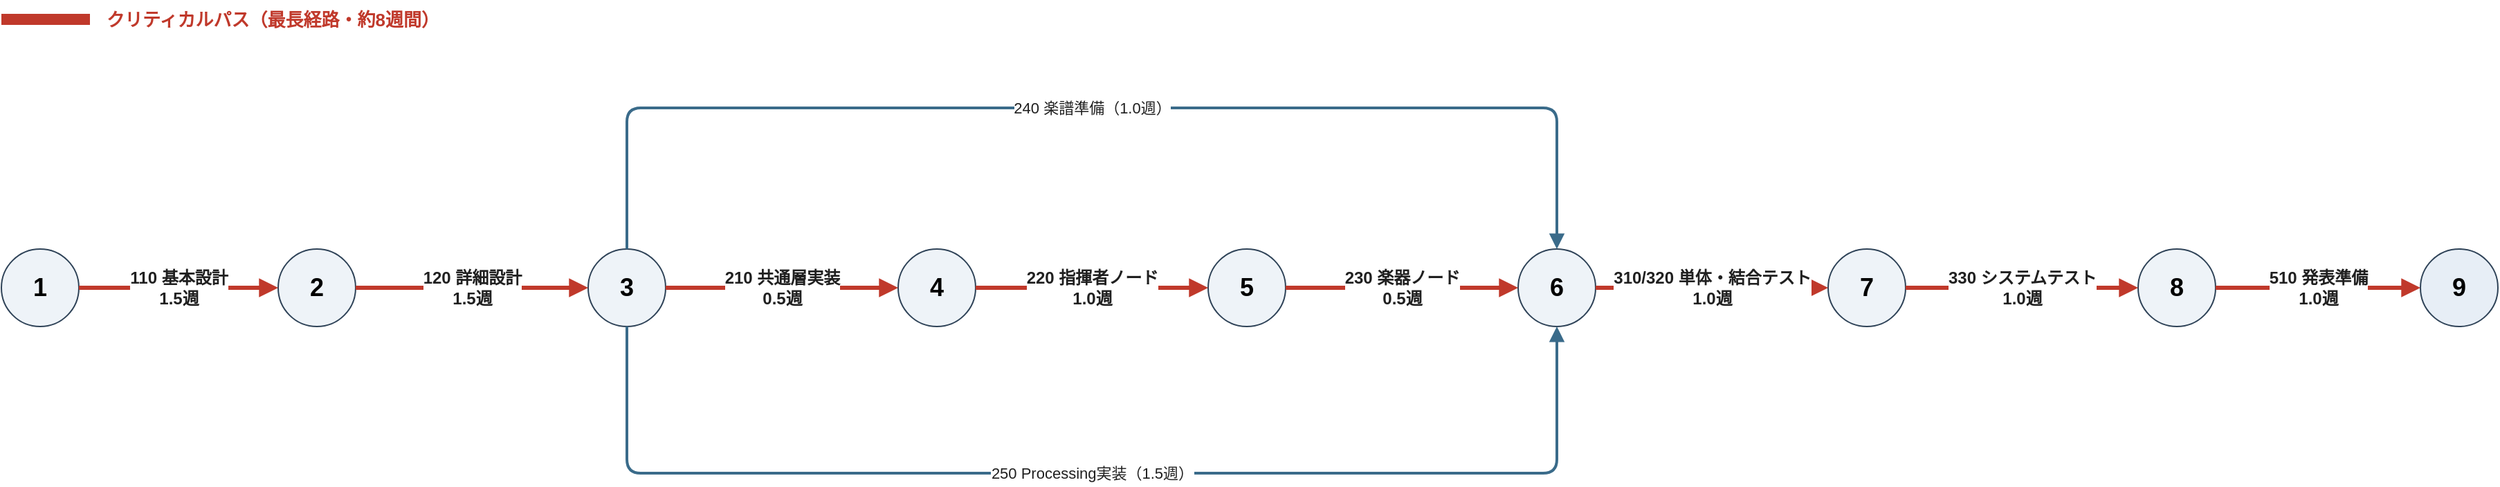
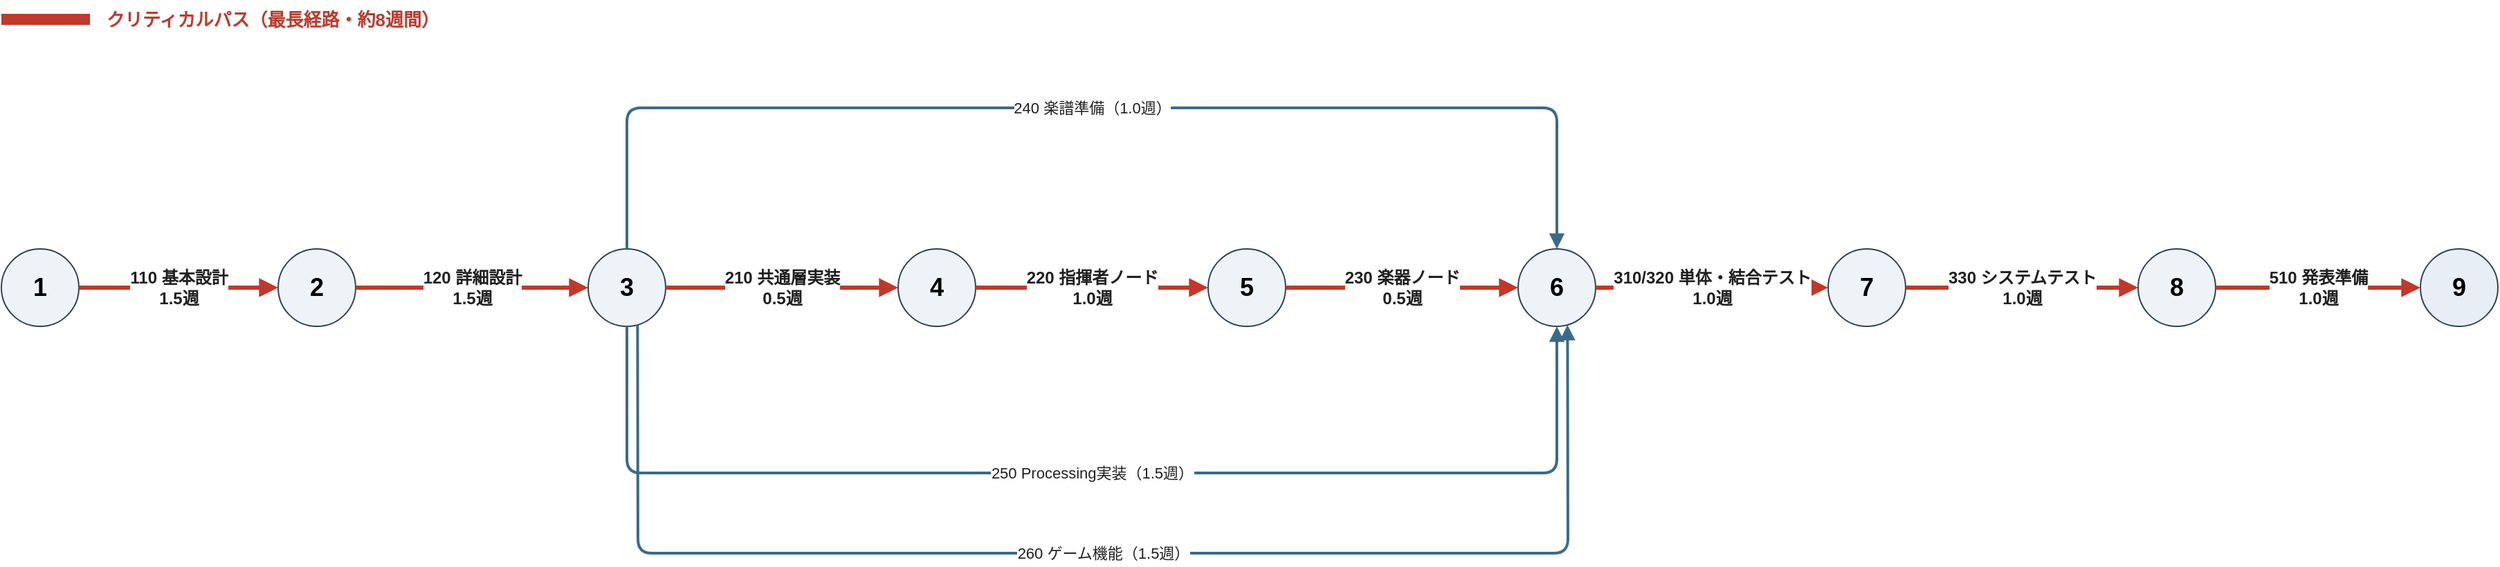
<mxfile host="Claude">
  <diagram id="arrow" name="ArrowDiagram">
-     <mxGraphModel dx="1860" dy="430" grid="0" gridSize="10" guides="1" tooltips="1" connect="1" arrows="1" fold="1" page="1" pageScale="1" pageWidth="1860" pageHeight="430" math="0" shadow="0">
+     <mxGraphModel dx="1860" dy="470" grid="0" gridSize="10" guides="1" tooltips="1" connect="1" arrows="1" fold="1" page="1" pageScale="1" pageWidth="1860" pageHeight="470" math="0" shadow="0">
      <root>
        <mxCell id="0"/>
        <mxCell id="1" parent="0"/>
        <mxCell id="lgbox" value="" style="rounded=0;whiteSpace=wrap;html=1;fillColor=#C0392B;strokeColor=none;" vertex="1" parent="1"><mxGeometry x="24" y="40" width="64" height="8" as="geometry"/></mxCell>
        <mxCell id="lgtxt" value="クリティカルパス（最長経路・約8週間）" style="text;html=1;align=left;verticalAlign=middle;fontSize=13;fontStyle=1;fontColor=#C0392B;" vertex="1" parent="1"><mxGeometry x="98" y="30" width="320" height="28" as="geometry"/></mxCell>
        <mxCell id="E1" value="1" style="ellipse;whiteSpace=wrap;html=1;fillColor=#EEF3F8;strokeColor=#2F4358;fontSize=18;fontStyle=1;" vertex="1" parent="1"><mxGeometry x="24" y="210" width="56" height="56" as="geometry"/></mxCell>
        <mxCell id="E2" value="2" style="ellipse;whiteSpace=wrap;html=1;fillColor=#EEF3F8;strokeColor=#2F4358;fontSize=18;fontStyle=1;" vertex="1" parent="1"><mxGeometry x="224" y="210" width="56" height="56" as="geometry"/></mxCell>
        <mxCell id="E3" value="3" style="ellipse;whiteSpace=wrap;html=1;fillColor=#EEF3F8;strokeColor=#2F4358;fontSize=18;fontStyle=1;" vertex="1" parent="1"><mxGeometry x="448" y="210" width="56" height="56" as="geometry"/></mxCell>
        <mxCell id="E4" value="4" style="ellipse;whiteSpace=wrap;html=1;fillColor=#EEF3F8;strokeColor=#2F4358;fontSize=18;fontStyle=1;" vertex="1" parent="1"><mxGeometry x="672" y="210" width="56" height="56" as="geometry"/></mxCell>
        <mxCell id="E5" value="5" style="ellipse;whiteSpace=wrap;html=1;fillColor=#EEF3F8;strokeColor=#2F4358;fontSize=18;fontStyle=1;" vertex="1" parent="1"><mxGeometry x="896" y="210" width="56" height="56" as="geometry"/></mxCell>
        <mxCell id="E6" value="6" style="ellipse;whiteSpace=wrap;html=1;fillColor=#EEF3F8;strokeColor=#2F4358;fontSize=18;fontStyle=1;" vertex="1" parent="1"><mxGeometry x="1120" y="210" width="56" height="56" as="geometry"/></mxCell>
        <mxCell id="E7" value="7" style="ellipse;whiteSpace=wrap;html=1;fillColor=#EEF3F8;strokeColor=#2F4358;fontSize=18;fontStyle=1;" vertex="1" parent="1"><mxGeometry x="1344" y="210" width="56" height="56" as="geometry"/></mxCell>
        <mxCell id="E8" value="8" style="ellipse;whiteSpace=wrap;html=1;fillColor=#EEF3F8;strokeColor=#2F4358;fontSize=18;fontStyle=1;" vertex="1" parent="1"><mxGeometry x="1568" y="210" width="56" height="56" as="geometry"/></mxCell>
        <mxCell id="E9" value="9" style="ellipse;whiteSpace=wrap;html=1;fillColor=#E7EEF6;strokeColor=#2F4358;fontSize=18;fontStyle=1;" vertex="1" parent="1"><mxGeometry x="1772" y="210" width="56" height="56" as="geometry"/></mxCell>
        <mxCell id="ce1" value="110 基本設計&#10;1.5週" style="html=1;rounded=0;endArrow=block;startArrow=none;strokeColor=#C0392B;strokeWidth=3;fontSize=12;fontStyle=1;fontColor=#202020;exitX=1;exitY=0.5;entryX=0;entryY=0.5;labelBackgroundColor=#FFFFFF;" edge="1" parent="1" source="E1" target="E2"><mxGeometry relative="1" as="geometry"/></mxCell>
        <mxCell id="ce2" value="120 詳細設計&#10;1.5週" style="html=1;rounded=0;endArrow=block;startArrow=none;strokeColor=#C0392B;strokeWidth=3;fontSize=12;fontStyle=1;fontColor=#202020;exitX=1;exitY=0.5;entryX=0;entryY=0.5;labelBackgroundColor=#FFFFFF;" edge="1" parent="1" source="E2" target="E3"><mxGeometry relative="1" as="geometry"/></mxCell>
        <mxCell id="ce3" value="210 共通層実装&#10;0.5週" style="html=1;rounded=0;endArrow=block;startArrow=none;strokeColor=#C0392B;strokeWidth=3;fontSize=12;fontStyle=1;fontColor=#202020;exitX=1;exitY=0.5;entryX=0;entryY=0.5;labelBackgroundColor=#FFFFFF;" edge="1" parent="1" source="E3" target="E4"><mxGeometry relative="1" as="geometry"/></mxCell>
        <mxCell id="ce4" value="220 指揮者ノード&#10;1.0週" style="html=1;rounded=0;endArrow=block;startArrow=none;strokeColor=#C0392B;strokeWidth=3;fontSize=12;fontStyle=1;fontColor=#202020;exitX=1;exitY=0.5;entryX=0;entryY=0.5;labelBackgroundColor=#FFFFFF;" edge="1" parent="1" source="E4" target="E5"><mxGeometry relative="1" as="geometry"/></mxCell>
        <mxCell id="ce5" value="230 楽器ノード&#10;0.5週" style="html=1;rounded=0;endArrow=block;startArrow=none;strokeColor=#C0392B;strokeWidth=3;fontSize=12;fontStyle=1;fontColor=#202020;exitX=1;exitY=0.5;entryX=0;entryY=0.5;labelBackgroundColor=#FFFFFF;" edge="1" parent="1" source="E5" target="E6"><mxGeometry relative="1" as="geometry"/></mxCell>
        <mxCell id="ce6" value="310/320 単体・結合テスト&#10;1.0週" style="html=1;rounded=0;endArrow=block;startArrow=none;strokeColor=#C0392B;strokeWidth=3;fontSize=12;fontStyle=1;fontColor=#202020;exitX=1;exitY=0.5;entryX=0;entryY=0.5;labelBackgroundColor=#FFFFFF;" edge="1" parent="1" source="E6" target="E7"><mxGeometry relative="1" as="geometry"/></mxCell>
        <mxCell id="ce7" value="330 システムテスト&#10;1.0週" style="html=1;rounded=0;endArrow=block;startArrow=none;strokeColor=#C0392B;strokeWidth=3;fontSize=12;fontStyle=1;fontColor=#202020;exitX=1;exitY=0.5;entryX=0;entryY=0.5;labelBackgroundColor=#FFFFFF;" edge="1" parent="1" source="E7" target="E8"><mxGeometry relative="1" as="geometry"/></mxCell>
        <mxCell id="ce8" value="510 発表準備&#10;1.0週" style="html=1;rounded=0;endArrow=block;startArrow=none;strokeColor=#C0392B;strokeWidth=3;fontSize=12;fontStyle=1;fontColor=#202020;exitX=1;exitY=0.5;entryX=0;entryY=0.5;labelBackgroundColor=#FFFFFF;" edge="1" parent="1" source="E8" target="E9"><mxGeometry relative="1" as="geometry"/></mxCell>
        <mxCell id="pe1" value="240 楽譜準備（1.0週）" style="html=1;rounded=1;endArrow=block;startArrow=none;strokeColor=#3A6B8A;strokeWidth=2;fontSize=11;fontColor=#202020;exitX=0.5;exitY=0;entryX=0.5;entryY=0;labelBackgroundColor=#FFFFFF;" edge="1" parent="1" source="E3" target="E6"><mxGeometry relative="1" as="geometry"><Array as="points"><mxPoint x="476" y="108"/><mxPoint x="1148" y="108"/></Array></mxGeometry></mxCell>
        <mxCell id="pe2" value="250 Processing実装（1.5週）" style="html=1;rounded=1;endArrow=block;startArrow=none;strokeColor=#3A6B8A;strokeWidth=2;fontSize=11;fontColor=#202020;exitX=0.5;exitY=1;entryX=0.5;entryY=1;labelBackgroundColor=#FFFFFF;" edge="1" parent="1" source="E3" target="E6"><mxGeometry relative="1" as="geometry"><Array as="points"><mxPoint x="476" y="372"/><mxPoint x="1148" y="372"/></Array></mxGeometry></mxCell>
+         <mxCell id="pe3" value="260 ゲーム機能（1.5週）" style="html=1;rounded=1;endArrow=block;startArrow=none;strokeColor=#3A6B8A;strokeWidth=2;fontSize=11;fontColor=#202020;exitX=0.65;exitY=1;entryX=0.65;entryY=1;labelBackgroundColor=#FFFFFF;" edge="1" parent="1" source="E3" target="E6"><mxGeometry relative="1" as="geometry"><Array as="points"><mxPoint x="484" y="430"/><mxPoint x="1156" y="430"/></Array></mxGeometry></mxCell>
      </root>
    </mxGraphModel>
  </diagram>
</mxfile>
